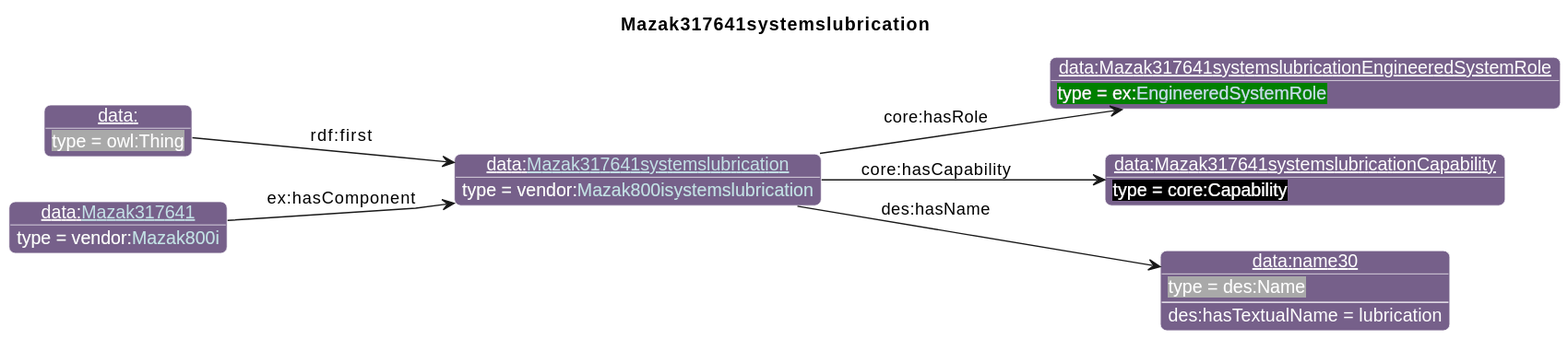
This is diagrams/Mazak317641systemslubrication.svg from iofoundry/example-syseng-mtconnect, a PlantUML export, as it was before one commit. Source of this version:
```plantuml
@startuml
!include ../iof.iuml

<style>
object {
  HyperlinkColor #C4E1E6
}
</style>

left to right direction
skinparam linetype polyline
title Mazak317641systemslubrication

!$default_direction = down

!$namespace_colors = { "bfo":"DFA702",
                      "iof":"1E90FF",
                      "ns":"Green",
                      "ns1":"76608A",
                      "core":"000000",
                      "ex":"Green",
                      "data":"76608A",
                      "vendor":"76608A",
                      "units":"8A2D3B",
                      "cmns-dsg":"3A0519",
                      "qp":"641B2E"
      }
individual(o0, data:[[./Mazak317641systemslubrication.html Mazak317641systemslubrication]], vendor:[[../Mazak.html#Mazak800isystemslubrication Mazak800isystemslubrication]])
individual(o1, data:Mazak317641systemslubricationEngineeredSystemRole, ex:[[../Example.html#EngineeredSystemRole EngineeredSystemRole]])
individual(o2, data:Mazak317641systemslubricationCapability, core:Capability)
individual(o3, data:name30, des:Name)
individual(o4, data:, owl:Thing)
individual(o5, data:[[./Mazak317641.html Mazak317641]], vendor:[[../Mazak.html#Mazak800i Mazak800i]])
property(o0, "core:hasRole", o1)
property(o0, "core:hasCapability", o2)
property(o0, "des:hasName", o3)
data(o3, "des:hasTextualName", "lubrication")
property(o4, "rdf:first", o0)
property(o5, "ex:hasComponent", o0)
@enduml
```
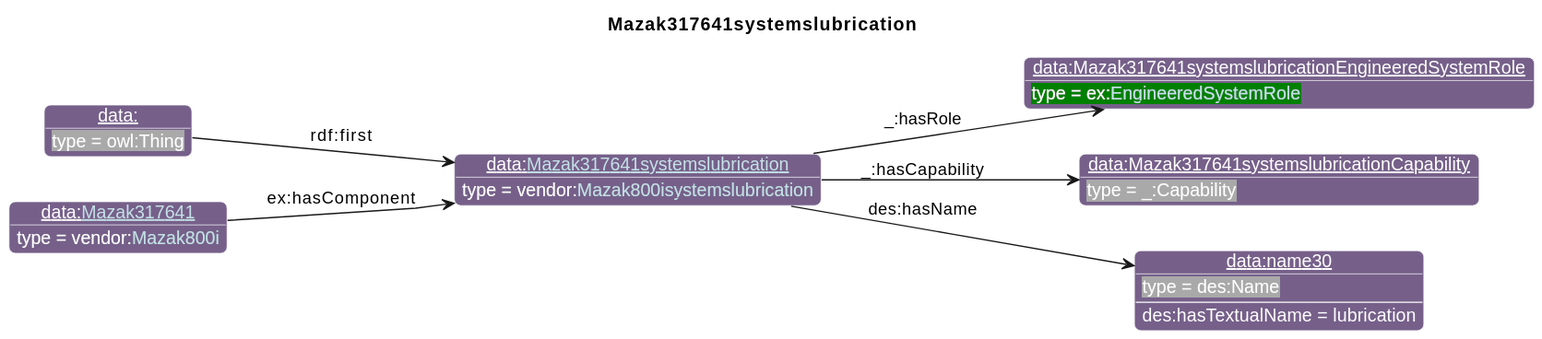
After the change.

The edit, as a diff of the source:
```diff
@@ -27,12 +27,12 @@
       }
 individual(o0, data:[[./Mazak317641systemslubrication.html Mazak317641systemslubrication]], vendor:[[../Mazak.html#Mazak800isystemslubrication Mazak800isystemslubrication]])
 individual(o1, data:Mazak317641systemslubricationEngineeredSystemRole, ex:[[../Example.html#EngineeredSystemRole EngineeredSystemRole]])
-individual(o2, data:Mazak317641systemslubricationCapability, core:Capability)
+individual(o2, data:Mazak317641systemslubricationCapability, _:Capability)
 individual(o3, data:name30, des:Name)
 individual(o4, data:, owl:Thing)
 individual(o5, data:[[./Mazak317641.html Mazak317641]], vendor:[[../Mazak.html#Mazak800i Mazak800i]])
-property(o0, "core:hasRole", o1)
-property(o0, "core:hasCapability", o2)
+property(o0, "_:hasRole", o1)
+property(o0, "_:hasCapability", o2)
 property(o0, "des:hasName", o3)
 data(o3, "des:hasTextualName", "lubrication")
 property(o4, "rdf:first", o0)
```
